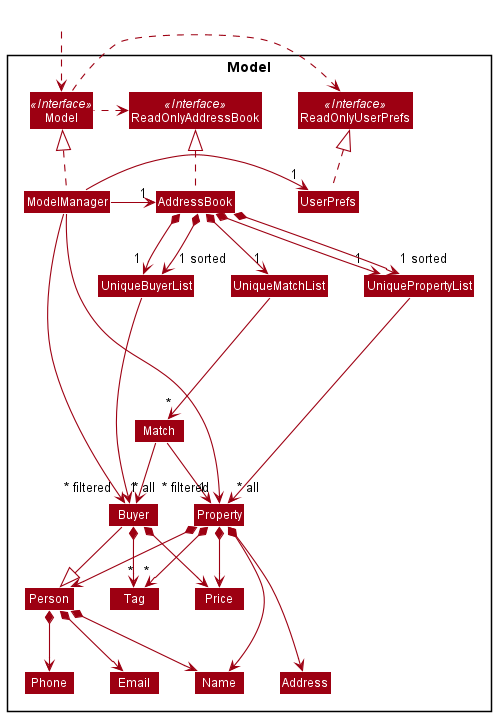
The PlantUML diagram docs/images/ModelClassDiagram.png in waynetee/tp, before a commit.
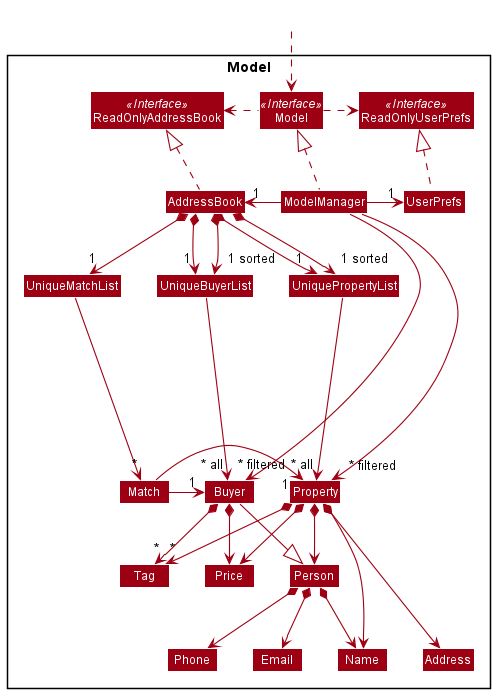
Later version of the same file.

Change to the diagram source:
```diff
@@ -64,9 +64,10 @@
 
 AddressBook *--> "1" UniqueMatchList
 UniqueMatchList -[hidden]left-> UniqueBuyerList
-UniqueMatchList -down--> "*" Match
-Match -down-> "1" Property
-Match -down-> "1" Buyer
+UniqueMatchList -down---> "*" Match
+Match -right--> "1" Buyer
+Match -right--> "     1" Property
+Buyer -[hidden]right--> "1" Property
 
 Property -[hidden]right-> Buyer
 
```
